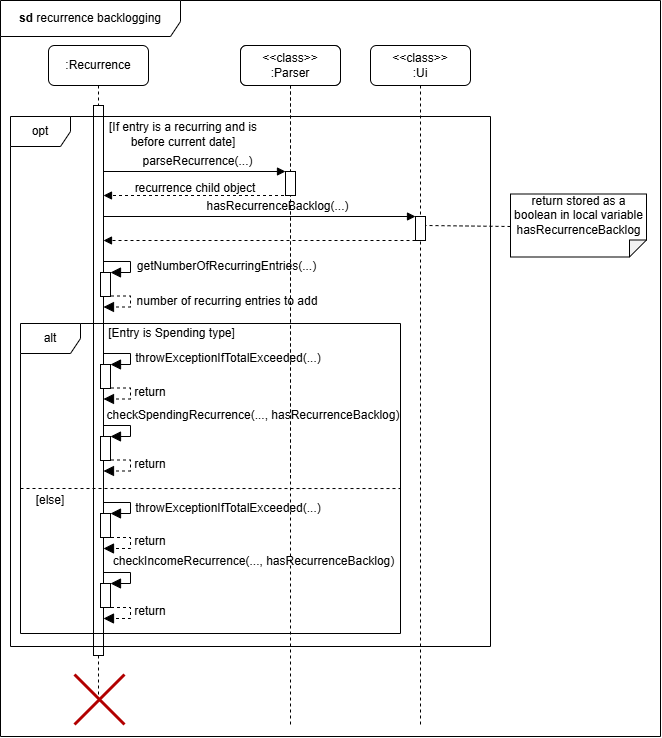
The draw.io diagram docs/Diagrams/Recurrence/recurrenceBacklogSD.png in wongwh2002/CS2113TeamProject, before a commit. Source tidied: cells renumbered, new cells last; positions are measured from the earlier drawing's top-left corner, leaving out a move shared by most shapes.
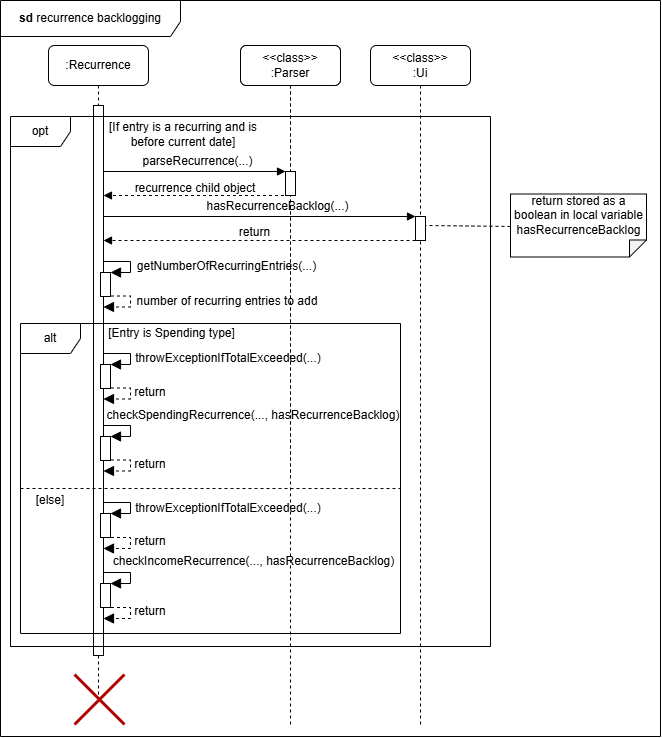
The same file after the commit.

Commit message:
Fix SDs for recurrence

Diff of the diagram source:
```diff
@@ -230,5 +230,8 @@
     <mxCell id="52" style="shape=umlDestroy;whiteSpace=wrap;html=1;strokeWidth=3;targetShapes=umlLifeline;fillColor=#e51400;fontColor=#ffffff;strokeColor=#B20000;" parent="1" vertex="1">
       <mxGeometry x="74" y="674" width="50" height="50" as="geometry" />
     </mxCell>
+    <mxCell id="53" value="return" style="text;html=1;align=center;verticalAlign=middle;whiteSpace=wrap;rounded=0;" parent="1" vertex="1">
+      <mxGeometry x="117" y="222" width="275" height="20" as="geometry" />
+    </mxCell>
   </root>
 </mxGraphModel>
```
